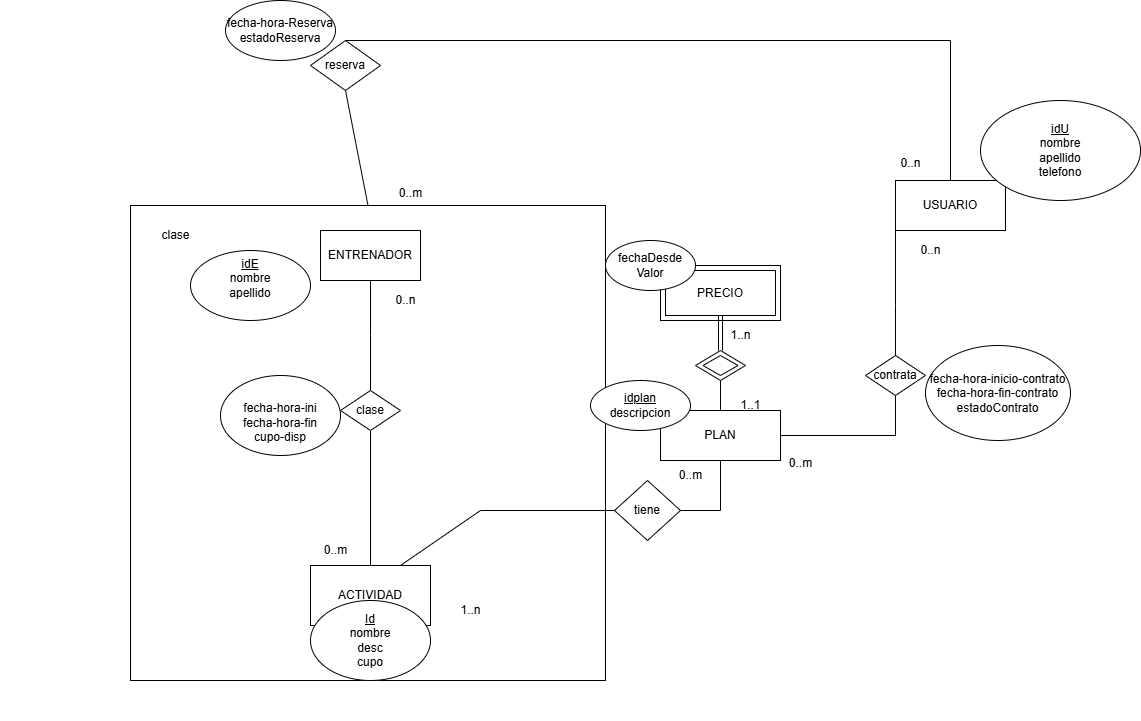
This is images/DER.png from luciabolcatto/GYM-DSW, a draw.io export, as it was before one commit. Source tidied: cells renumbered, new cells last; positions are measured from the earlier drawing's top-left corner, leaving out a move shared by most shapes. The source it was exported from:
```xml
<mxGraphModel>
  <root>
    <mxCell id="0" />
    <mxCell id="1" parent="0" />
    <mxCell id="2" style="whiteSpace=wrap;html=1;" parent="1" vertex="1">
      <mxGeometry x="130" y="205" width="475" height="475" as="geometry" />
    </mxCell>
    <mxCell id="3" style="rounded=0;whiteSpace=wrap;html=1;" parent="1" vertex="1">
      <mxGeometry x="660" y="265" width="120" height="55" as="geometry" />
    </mxCell>
    <mxCell id="4" value="&lt;br&gt;&lt;div&gt;fecha-hora-ini&lt;/div&gt;&lt;div&gt;fecha-hora-fin&lt;/div&gt;&lt;div&gt;cupo-disp&lt;/div&gt;" style="ellipse;whiteSpace=wrap;html=1;fontFamily=Helvetica;fontSize=12;fontColor=default;labelBackgroundColor=default;" parent="1" vertex="1">
      <mxGeometry x="220" y="375" width="120" height="80" as="geometry" />
    </mxCell>
    <mxCell id="5" style="edgeStyle=orthogonalEdgeStyle;shape=connector;rounded=0;jettySize=auto;html=1;exitX=0.5;exitY=1;exitDx=0;exitDy=0;entryX=0.5;entryY=0;entryDx=0;entryDy=0;strokeColor=default;align=center;verticalAlign=middle;fontFamily=Helvetica;fontSize=12;fontColor=default;labelBackgroundColor=default;startFill=0;startSize=8;endArrow=none;endSize=8;" parent="1" edge="1" source="11" target="21">
      <mxGeometry relative="1" as="geometry" />
    </mxCell>
    <mxCell id="6" value="USUARIO" style="rounded=0;whiteSpace=wrap;html=1;fontFamily=Helvetica;fontSize=12;fontColor=default;labelBackgroundColor=default;" parent="1" vertex="1">
      <mxGeometry x="895" y="180" width="110" height="50" as="geometry" />
    </mxCell>
    <mxCell id="7" style="edgeStyle=orthogonalEdgeStyle;shape=connector;rounded=0;jettySize=auto;html=1;exitX=0.5;exitY=1;exitDx=0;exitDy=0;entryX=0.5;entryY=0;entryDx=0;entryDy=0;strokeColor=default;align=center;verticalAlign=middle;fontFamily=Helvetica;fontSize=12;fontColor=default;labelBackgroundColor=default;startFill=0;startSize=8;endArrow=none;endSize=8;" parent="1" edge="1" source="9">
      <mxGeometry relative="1" as="geometry">
        <mxPoint x="370" y="390" as="targetPoint" />
      </mxGeometry>
    </mxCell>
    <mxCell id="8" style="edgeStyle=orthogonalEdgeStyle;shape=connector;rounded=0;jettySize=auto;html=1;entryX=0.5;entryY=0;entryDx=0;entryDy=0;strokeColor=default;align=center;verticalAlign=middle;fontFamily=Helvetica;fontSize=12;fontColor=default;labelBackgroundColor=default;startFill=0;startSize=8;endArrow=none;endSize=8;" parent="1" edge="1" target="10">
      <mxGeometry relative="1" as="geometry">
        <mxPoint x="950" y="180" as="sourcePoint" />
        <Array as="points">
          <mxPoint x="950" y="40" />
        </Array>
      </mxGeometry>
    </mxCell>
    <mxCell id="9" value="ENTRENADOR" style="rounded=0;whiteSpace=wrap;html=1;fontFamily=Helvetica;fontSize=12;fontColor=default;labelBackgroundColor=default;" parent="1" vertex="1">
      <mxGeometry x="320" y="230" width="100" height="50" as="geometry" />
    </mxCell>
    <mxCell id="10" value="reserva" style="rhombus;whiteSpace=wrap;html=1;fontFamily=Helvetica;fontSize=12;fontColor=default;labelBackgroundColor=default;" parent="1" vertex="1">
      <mxGeometry x="310" y="40" width="70" height="50" as="geometry" />
    </mxCell>
    <mxCell id="11" value="clase" style="rhombus;whiteSpace=wrap;html=1;fontFamily=Helvetica;fontSize=12;fontColor=default;labelBackgroundColor=default;" parent="1" vertex="1">
      <mxGeometry x="340" y="390" width="60" height="40" as="geometry" />
    </mxCell>
    <mxCell id="12" value="&lt;u&gt;idU&lt;/u&gt;&lt;div&gt;nombre&lt;/div&gt;&lt;div&gt;apellido&lt;/div&gt;&lt;div&gt;telefono&lt;/div&gt;" style="ellipse;whiteSpace=wrap;html=1;fontFamily=Helvetica;fontSize=12;fontColor=default;labelBackgroundColor=default;" parent="1" vertex="1">
      <mxGeometry x="980" y="100" width="160" height="100" as="geometry" />
    </mxCell>
    <mxCell id="13" value="PLAN" style="rounded=0;whiteSpace=wrap;html=1;fontFamily=Helvetica;fontSize=12;fontColor=default;labelBackgroundColor=default;" parent="1" vertex="1">
      <mxGeometry x="660" y="410" width="120" height="50" as="geometry" />
    </mxCell>
    <mxCell id="14" style="edgeStyle=orthogonalEdgeStyle;shape=connector;rounded=0;jettySize=auto;html=1;exitX=0.5;exitY=1;exitDx=0;exitDy=0;entryX=0.5;entryY=0;entryDx=0;entryDy=0;strokeColor=default;align=center;verticalAlign=middle;fontFamily=Helvetica;fontSize=12;fontColor=default;labelBackgroundColor=default;startFill=0;startSize=8;endArrow=none;endSize=8;" parent="1" edge="1" source="19" target="13">
      <mxGeometry relative="1" as="geometry" />
    </mxCell>
    <mxCell id="15" value="PRECIO" style="rounded=0;whiteSpace=wrap;html=1;fontFamily=Helvetica;fontSize=12;fontColor=default;labelBackgroundColor=default;" parent="1" vertex="1">
      <mxGeometry x="665" y="270" width="110" height="45" as="geometry" />
    </mxCell>
    <mxCell id="16" value="fechaDesde&lt;div&gt;Valor&lt;/div&gt;" style="ellipse;whiteSpace=wrap;html=1;fontFamily=Helvetica;fontSize=12;fontColor=default;labelBackgroundColor=default;" parent="1" vertex="1">
      <mxGeometry x="605" y="240" width="90" height="50" as="geometry" />
    </mxCell>
    <mxCell id="17" value="&lt;u&gt;idplan&lt;/u&gt;&lt;div&gt;descripcion&lt;/div&gt;" style="ellipse;whiteSpace=wrap;html=1;fontFamily=Helvetica;fontSize=12;fontColor=default;labelBackgroundColor=default;" parent="1" vertex="1">
      <mxGeometry x="590" y="380" width="100" height="50" as="geometry" />
    </mxCell>
    <mxCell id="18" style="edgeStyle=orthogonalEdgeStyle;shape=link;rounded=0;jettySize=auto;html=1;exitX=0.5;exitY=1;exitDx=0;exitDy=0;entryX=0.5;entryY=0;entryDx=0;entryDy=0;strokeColor=default;align=center;verticalAlign=middle;fontFamily=Helvetica;fontSize=12;fontColor=default;labelBackgroundColor=default;startFill=0;endArrow=none;" parent="1" edge="1" source="15" target="19">
      <mxGeometry relative="1" as="geometry" />
    </mxCell>
    <mxCell id="19" style="rhombus;whiteSpace=wrap;html=1;fontFamily=Helvetica;fontSize=12;fontColor=default;labelBackgroundColor=default;" parent="1" vertex="1">
      <mxGeometry x="695" y="350" width="50" height="30" as="geometry" />
    </mxCell>
    <mxCell id="20" style="rhombus;whiteSpace=wrap;html=1;fontFamily=Helvetica;fontSize=12;fontColor=default;labelBackgroundColor=default;" parent="1" vertex="1">
      <mxGeometry x="702.5" y="355" width="35" height="20" as="geometry" />
    </mxCell>
    <mxCell id="21" value="ACTIVIDAD" style="rounded=0;whiteSpace=wrap;html=1;" parent="1" vertex="1">
      <mxGeometry x="310" y="565" width="120" height="60" as="geometry" />
    </mxCell>
    <mxCell id="22" value="&lt;u&gt;Id&lt;/u&gt;&lt;div&gt;nombre&lt;/div&gt;&lt;div&gt;desc&lt;/div&gt;&lt;div&gt;cupo&lt;/div&gt;" style="ellipse;whiteSpace=wrap;html=1;fontFamily=Helvetica;fontSize=12;fontColor=default;labelBackgroundColor=default;" parent="1" vertex="1">
      <mxGeometry x="310" y="600" width="120" height="80" as="geometry" />
    </mxCell>
    <mxCell id="23" value="contrata" style="rhombus;whiteSpace=wrap;html=1;" parent="1" vertex="1">
      <mxGeometry x="865" y="355" width="60" height="40" as="geometry" />
    </mxCell>
    <mxCell id="24" style="endArrow=none;html=1;rounded=0;exitX=0;exitY=0.5;exitDx=0;exitDy=0;entryX=0.5;entryY=0;entryDx=0;entryDy=0;" parent="1" edge="1" source="6" target="23">
      <mxGeometry relative="1" as="geometry">
        <Array as="points">
          <mxPoint x="895" y="305" />
        </Array>
      </mxGeometry>
    </mxCell>
    <mxCell id="25" style="endArrow=none;html=1;rounded=0;exitX=0.5;exitY=1;exitDx=0;exitDy=0;entryX=1;entryY=0.5;entryDx=0;entryDy=0;" parent="1" edge="1" source="23" target="13">
      <mxGeometry relative="1" as="geometry">
        <Array as="points">
          <mxPoint x="895" y="435" />
        </Array>
      </mxGeometry>
    </mxCell>
    <mxCell id="26" style="endArrow=none;html=1;rounded=0;exitX=0.75;exitY=0;exitDx=0;exitDy=0;entryX=0;entryY=0.5;entryDx=0;entryDy=0;" parent="1" edge="1" source="21">
      <mxGeometry relative="1" as="geometry">
        <mxPoint x="620" y="510" as="targetPoint" />
        <Array as="points">
          <mxPoint x="480" y="510" />
        </Array>
      </mxGeometry>
    </mxCell>
    <mxCell id="27" style="endArrow=none;html=1;rounded=0;exitX=1;exitY=0.5;exitDx=0;exitDy=0;entryX=0.5;entryY=1;entryDx=0;entryDy=0;" parent="1" edge="1" target="13">
      <mxGeometry relative="1" as="geometry">
        <mxPoint x="680" y="510" as="sourcePoint" />
        <Array as="points">
          <mxPoint x="720" y="510" />
        </Array>
      </mxGeometry>
    </mxCell>
    <mxCell id="28" value="clase" style="text;html=1;align=center;verticalAlign=middle;strokeColor=none;fillColor=none;" parent="1" vertex="1">
      <mxGeometry x="150" y="220" width="50" height="30" as="geometry" />
    </mxCell>
    <mxCell id="29" style="endArrow=none;html=1;rounded=0;entryX=0.5;entryY=1;entryDx=0;entryDy=0;exitX=0.5;exitY=0;exitDx=0;exitDy=0;" parent="1" edge="1" source="2" target="10">
      <mxGeometry relative="1" as="geometry" />
    </mxCell>
    <mxCell id="30" value="tiene" style="shape=rhombus;perimeter=rhombusPerimeter;whiteSpace=wrap;html=1;align=center;" parent="1" vertex="1">
      <mxGeometry x="614" y="480" width="66" height="60" as="geometry" />
    </mxCell>
    <mxCell id="31" value="fecha-hora-Reserva&lt;div&gt;estadoReserva&lt;/div&gt;" style="ellipse;whiteSpace=wrap;html=1;align=center;" parent="1" vertex="1">
      <mxGeometry x="225" width="110" height="60" as="geometry" />
    </mxCell>
    <mxCell id="32" value="fecha-hora-inicio-contrato&lt;div&gt;fecha-hora-fin-contrato&lt;/div&gt;&lt;div&gt;estadoContrato&lt;/div&gt;" style="ellipse;whiteSpace=wrap;html=1;align=center;" parent="1" vertex="1">
      <mxGeometry x="925" y="345" width="145" height="95" as="geometry" />
    </mxCell>
    <mxCell id="33" value="&lt;u&gt;idE&lt;/u&gt;&lt;div&gt;nombre&lt;/div&gt;&lt;div&gt;apellido&lt;/div&gt;&lt;div&gt;&lt;br&gt;&lt;/div&gt;" style="ellipse;whiteSpace=wrap;html=1;fontFamily=Helvetica;fontSize=12;fontColor=default;labelBackgroundColor=default;" parent="1" vertex="1">
      <mxGeometry x="190" y="250" width="120" height="70" as="geometry" />
    </mxCell>
    <mxCell id="34" value="0..n" style="text;html=1;align=center;verticalAlign=middle;strokeColor=none;fillColor=none;" parent="1" vertex="1">
      <mxGeometry x="910" y="235" width="40" height="30" as="geometry" />
    </mxCell>
    <mxCell id="35" value="0..m" style="text;html=1;align=center;verticalAlign=middle;strokeColor=none;fillColor=none;" parent="1" vertex="1">
      <mxGeometry x="775" y="448" width="50" height="30" as="geometry" />
    </mxCell>
    <mxCell id="36" value="0..n" style="text;html=1;align=center;verticalAlign=middle;strokeColor=none;fillColor=none;" parent="1" vertex="1">
      <mxGeometry x="890" y="148" width="40" height="30" as="geometry" />
    </mxCell>
    <mxCell id="37" value="0..m" style="text;html=1;align=center;verticalAlign=middle;strokeColor=none;fillColor=none;" parent="1" vertex="1">
      <mxGeometry x="385" y="178" width="50" height="30" as="geometry" />
    </mxCell>
    <mxCell id="38" value="1..1" style="text;html=1;align=center;verticalAlign=middle;strokeColor=none;fillColor=none;" parent="1" vertex="1">
      <mxGeometry x="730" y="390" width="40" height="30" as="geometry" />
    </mxCell>
    <mxCell id="39" value="1..n" style="text;html=1;align=center;verticalAlign=middle;strokeColor=none;fillColor=none;" parent="1" vertex="1">
      <mxGeometry x="720" y="320" width="40" height="30" as="geometry" />
    </mxCell>
    <mxCell id="40" value="0..n" style="text;html=1;align=center;verticalAlign=middle;strokeColor=none;fillColor=none;" parent="1" vertex="1">
      <mxGeometry x="385" y="285" width="40" height="30" as="geometry" />
    </mxCell>
    <mxCell id="41" value="0..m" style="text;html=1;align=center;verticalAlign=middle;strokeColor=none;fillColor=none;" parent="1" vertex="1">
      <mxGeometry x="310" y="535" width="50" height="30" as="geometry" />
    </mxCell>
    <mxCell id="42" value="1..n" style="text;html=1;align=center;verticalAlign=middle;strokeColor=none;fillColor=none;" parent="1" vertex="1">
      <mxGeometry x="450" y="595" width="40" height="30" as="geometry" />
    </mxCell>
    <mxCell id="43" value="0..m" style="text;html=1;align=center;verticalAlign=middle;strokeColor=none;fillColor=none;" parent="1" vertex="1">
      <mxGeometry x="665" y="460" width="50" height="30" as="geometry" />
    </mxCell>
    <mxCell id="44" style="rounded=0;whiteSpace=wrap;html=1;fillColor=#FFFFFF;strokeColor=#FFFFFF;" parent="1" vertex="1">
      <mxGeometry y="660" width="120" height="60" as="geometry" />
    </mxCell>
  </root>
</mxGraphModel>
```
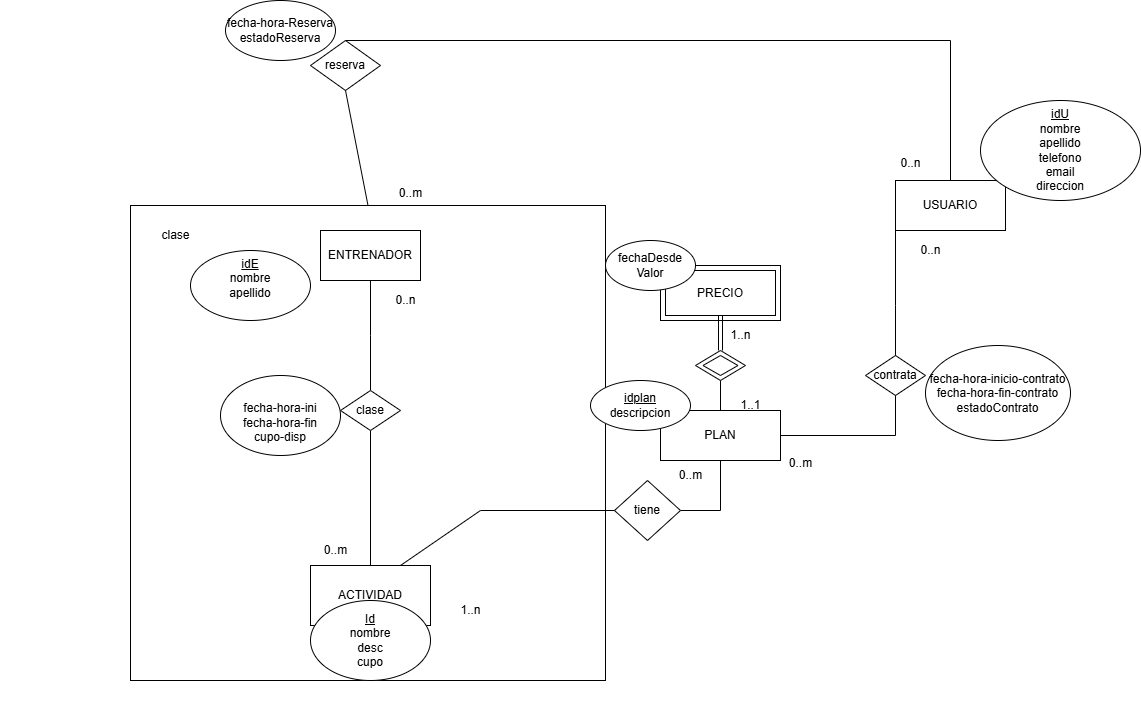
Above is the later version.

What changed in the source:
```diff
@@ -39,7 +39,7 @@
     <mxCell id="11" value="clase" style="rhombus;whiteSpace=wrap;html=1;fontFamily=Helvetica;fontSize=12;fontColor=default;labelBackgroundColor=default;" parent="1" vertex="1">
       <mxGeometry x="340" y="390" width="60" height="40" as="geometry" />
     </mxCell>
-    <mxCell id="12" value="&lt;u&gt;idU&lt;/u&gt;&lt;div&gt;nombre&lt;/div&gt;&lt;div&gt;apellido&lt;/div&gt;&lt;div&gt;telefono&lt;/div&gt;" style="ellipse;whiteSpace=wrap;html=1;fontFamily=Helvetica;fontSize=12;fontColor=default;labelBackgroundColor=default;" parent="1" vertex="1">
+    <mxCell id="12" value="&lt;u&gt;idU&lt;/u&gt;&lt;div&gt;nombre&lt;/div&gt;&lt;div&gt;apellido&lt;/div&gt;&lt;div&gt;telefono&lt;/div&gt;&lt;div&gt;email&lt;/div&gt;&lt;div&gt;direccion&lt;/div&gt;" style="ellipse;whiteSpace=wrap;html=1;fontFamily=Helvetica;fontSize=12;fontColor=default;labelBackgroundColor=default;" parent="1" vertex="1">
       <mxGeometry x="980" y="100" width="160" height="100" as="geometry" />
     </mxCell>
     <mxCell id="13" value="PLAN" style="rounded=0;whiteSpace=wrap;html=1;fontFamily=Helvetica;fontSize=12;fontColor=default;labelBackgroundColor=default;" parent="1" vertex="1">
```
